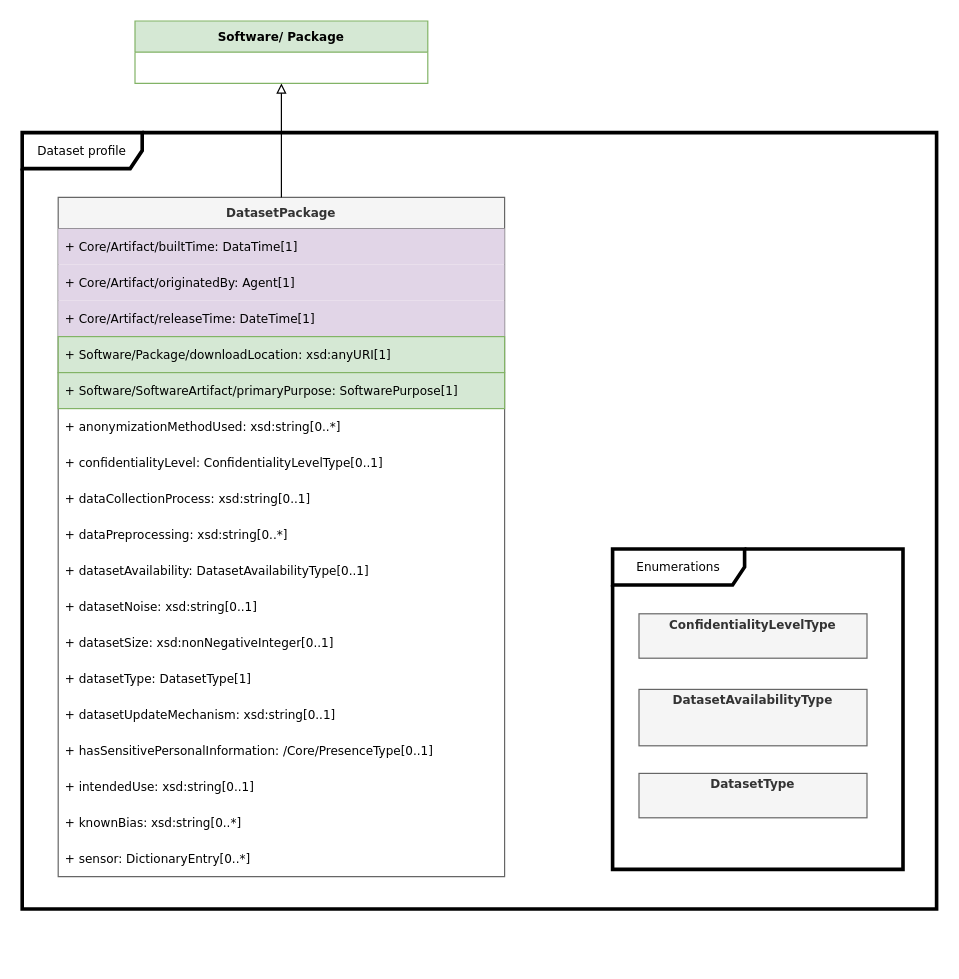
stevenc-stb/spdx-3-model keeps this draw.io diagram as page "Dataset" (6 of 11) of docs/model.drawio. Above is the earlier version. Source tidied: cells renumbered, new cells numbered last; positions are measured from the earlier drawing's top-left corner, leaving out a move shared by most shapes. Both pictures are drawn from the tidied source at 120%, with x=0, y=0 at pixel (22, 20).
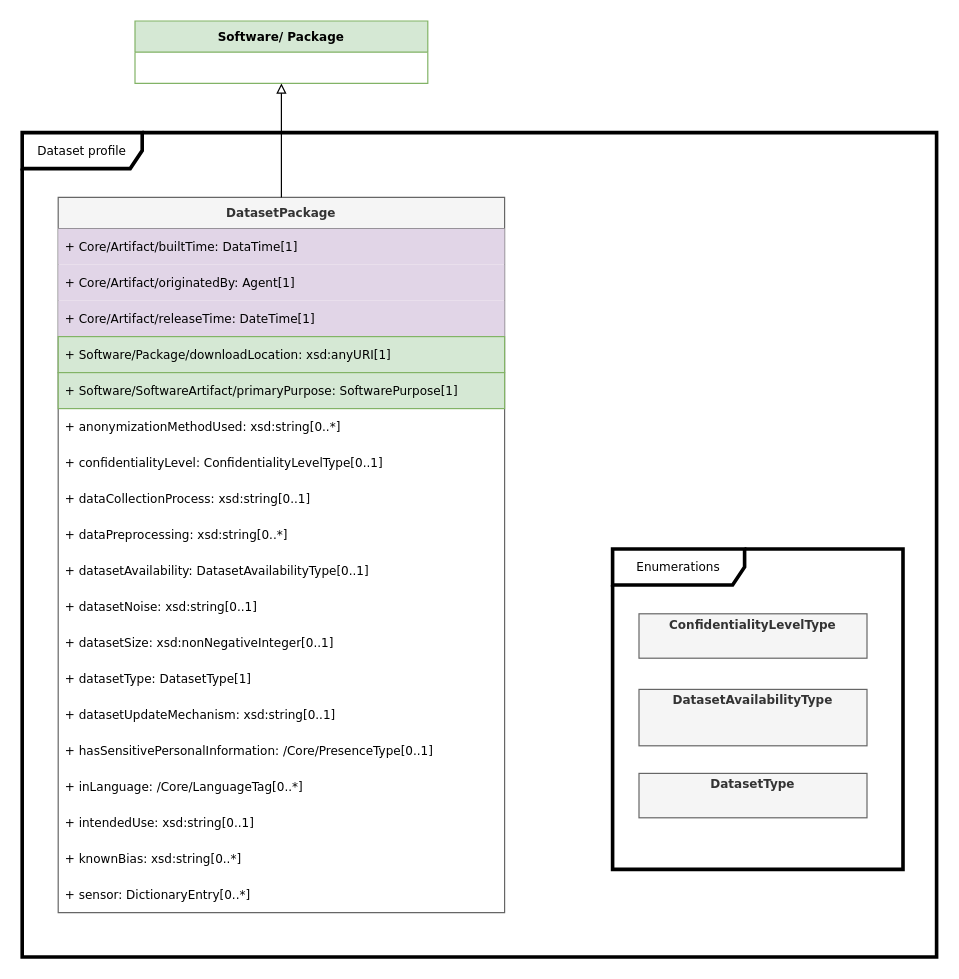
Above is the later version.

The edit, as a diff of the source:
```diff
@@
     <mxCell id="3" value="Dataset profile" style="shape=umlFrame;whiteSpace=wrap;html=1;width=100;height=30;strokeWidth=3;fontFamily=Verdana;fontSize=10;" parent="1" vertex="1">
-      <mxGeometry y="93" width="762" height="647" as="geometry" />
+      <mxGeometry y="93" width="762" height="687" as="geometry" />
     </mxCell>
     <mxCell id="4" value="DatasetPackage" style="swimlane;fontStyle=1;horizontal=1;startSize=26;fillColor=#f5f5f5;strokeColor=#666666;fontColor=#333333;fontFamily=Verdana;fontSize=10;" parent="1" vertex="1">
-      <mxGeometry x="30" y="147" width="372" height="566" as="geometry" />
+      <mxGeometry x="30" y="147" width="372" height="596" as="geometry" />
     </mxCell>
@@
+    <mxCell id="28" value="+ inLanguage:&amp;nbsp;/Core/LanguageTag[0..*]" style="text;strokeColor=none;fillColor=none;align=left;verticalAlign=middle;spacingLeft=4;spacingRight=4;overflow=hidden;whiteSpace=wrap;html=1;fontFamily=Verdana;fontSize=10;" parent="4" vertex="1">
+      <mxGeometry y="476" width="372" height="30" as="geometry" />
+    </mxCell>
     <mxCell id="20" value="+ intendedUse: xsd:string[0..1]" style="text;strokeColor=none;fillColor=none;align=left;verticalAlign=middle;spacingLeft=4;spacingRight=4;overflow=hidden;whiteSpace=wrap;html=1;fontFamily=Verdana;fontSize=10;" parent="4" vertex="1">
-      <mxGeometry y="476" width="372" height="30" as="geometry" />
+      <mxGeometry y="506" width="372" height="30" as="geometry" />
     </mxCell>
     <mxCell id="21" value="+ knownBias: xsd:string[0..*]" style="text;strokeColor=none;fillColor=none;align=left;verticalAlign=middle;spacingLeft=4;spacingRight=4;overflow=hidden;whiteSpace=wrap;html=1;fontFamily=Verdana;fontSize=10;" parent="4" vertex="1">
-      <mxGeometry y="506" width="372" height="30" as="geometry" />
+      <mxGeometry y="536" width="372" height="30" as="geometry" />
     </mxCell>
     <mxCell id="22" value="+ sensor: DictionaryEntry[0..*]" style="text;strokeColor=none;fillColor=none;align=left;verticalAlign=middle;spacingLeft=4;spacingRight=4;overflow=hidden;whiteSpace=wrap;html=1;fontFamily=Verdana;fontSize=10;" parent="4" vertex="1">
-      <mxGeometry y="536" width="372" height="30" as="geometry" />
+      <mxGeometry y="566" width="372" height="30" as="geometry" />
     </mxCell>
```
